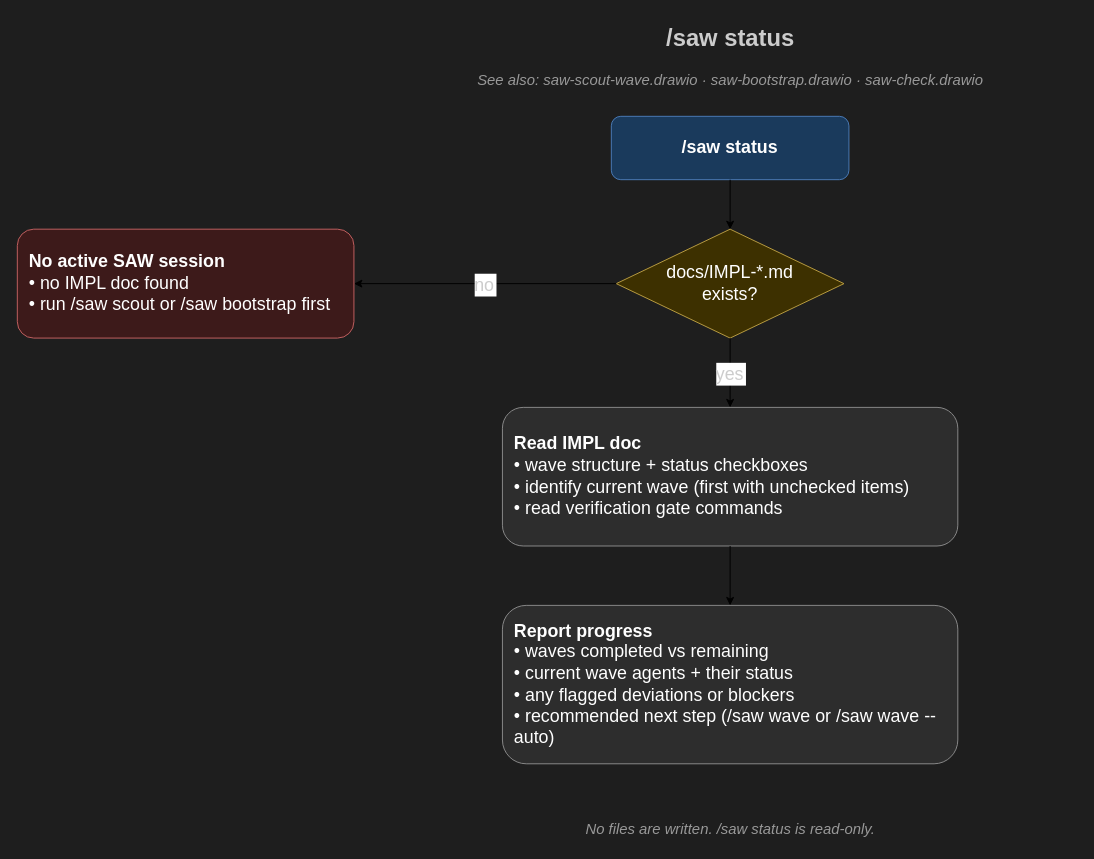
blackwell-systems/scout-and-wave keeps this draw.io diagram as docs/diagrams/saw-status-dark.drawio. Above is the earlier version. Source tidied: cells renumbered, new cells numbered last; positions are measured from the earlier drawing's top-left corner, leaving out a move shared by most shapes. Both pictures are drawn from the tidied source at 99%, with x=0, y=0 at pixel (17, 17).
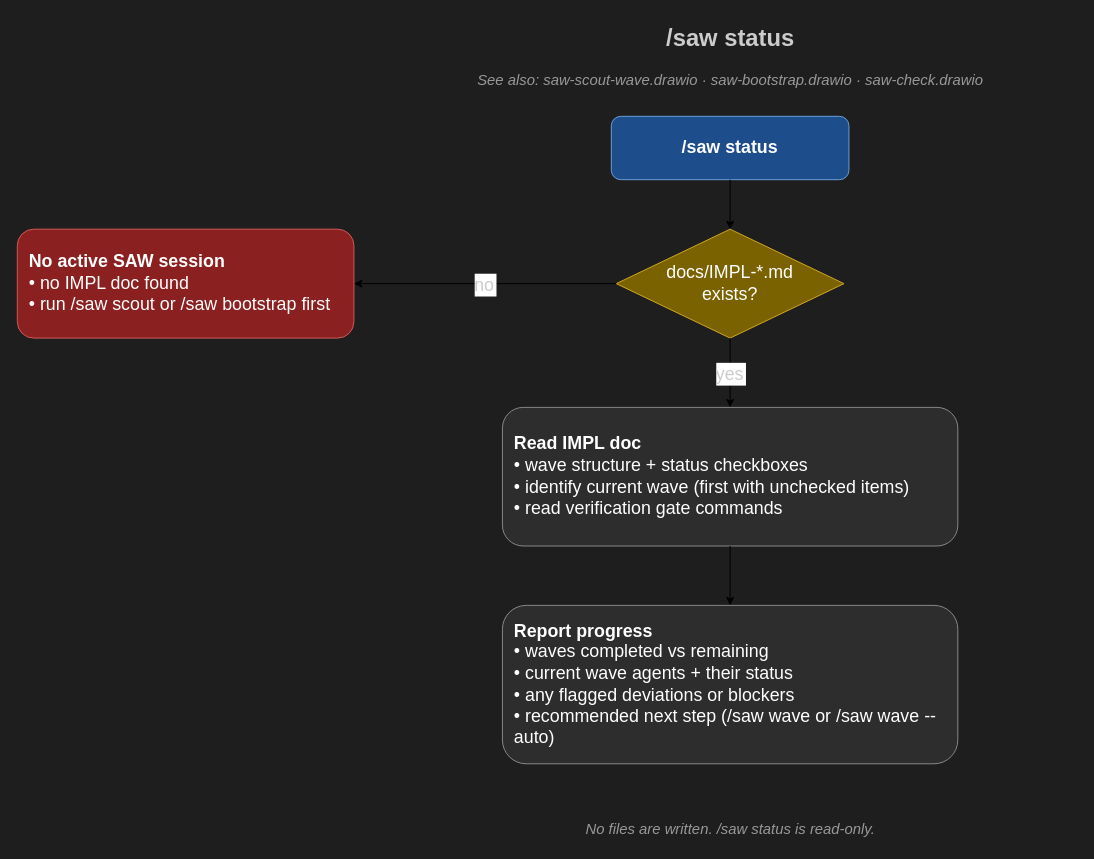
Above is the later version.

Diff of the diagram source:
```diff
@@
 <mxGraphModel background="#1e1e1e">
   <root>
     <mxCell id="0" />
     <mxCell id="1" parent="0" />
     <mxCell id="2" value="/saw status" style="text;html=1;align=center;fontStyle=1;fontSize=24;strokeColor=none;fillColor=none;fontColor=#cccccc;" parent="1" vertex="1">
       <mxGeometry x="570" width="300" height="40" as="geometry" />
     </mxCell>
     <mxCell id="3" value="See also: saw-scout-wave.drawio · saw-bootstrap.drawio · saw-check.drawio" style="text;html=1;align=center;fontSize=15;strokeColor=none;fillColor=none;fontColor=#999999;fontStyle=2;" parent="1" vertex="1">
       <mxGeometry x="370" y="48" width="700" height="30" as="geometry" />
     </mxCell>
-    <mxCell id="4" value="/saw status" style="rounded=1;whiteSpace=wrap;html=1;fillColor=#1a3a5c;strokeColor=#4a7ab5;fontStyle=1;fontSize=18;fontColor=#ffffff;" parent="1" vertex="1">
+    <mxCell id="4" value="/saw status" style="rounded=1;whiteSpace=wrap;html=1;fillColor=#1e4d8c;strokeColor=#6a9fd8;fontStyle=1;fontSize=18;fontColor=#ffffff;" parent="1" vertex="1">
       <mxGeometry x="600" y="100" width="240" height="64" as="geometry" />
     </mxCell>
-    <mxCell id="5" value="docs/IMPL-*.md&#10;exists?" style="rhombus;whiteSpace=wrap;html=1;fillColor=#3d3000;strokeColor=#b89b40;fontSize=18;fontColor=#ffffff;" parent="1" vertex="1">
+    <mxCell id="5" value="docs/IMPL-*.md&#10;exists?" style="rhombus;whiteSpace=wrap;html=1;fillColor=#7a6200;strokeColor=#d4a820;fontSize=18;fontColor=#ffffff;" parent="1" vertex="1">
       <mxGeometry x="605" y="214" width="230" height="110" as="geometry" />
     </mxCell>
     <mxCell id="6" style="edgeStyle=orthogonalEdgeStyle;fontSize=18;fontColor=#cccccc;" parent="1" edge="1" source="4" target="5">
       <mxGeometry relative="1" as="geometry" />
     </mxCell>
-    <mxCell id="7" value="&lt;b&gt;No active SAW session&lt;/b&gt;&lt;br&gt;• no IMPL doc found&lt;br&gt;• run /saw scout or /saw bootstrap first" style="rounded=1;whiteSpace=wrap;html=1;fillColor=#3d1a1a;strokeColor=#c06060;fontSize=18;align=left;spacingLeft=10;fontColor=#ffffff;" parent="1" vertex="1">
+    <mxCell id="7" value="&lt;b&gt;No active SAW session&lt;/b&gt;&lt;br&gt;• no IMPL doc found&lt;br&gt;• run /saw scout or /saw bootstrap first" style="rounded=1;whiteSpace=wrap;html=1;fillColor=#8b2020;strokeColor=#d45a5a;fontSize=18;align=left;spacingLeft=10;fontColor=#ffffff;" parent="1" vertex="1">
       <mxGeometry y="214" width="340" height="110" as="geometry" />
     </mxCell>
     <mxCell id="8" value="no" style="edgeStyle=orthogonalEdgeStyle;exitX=0;exitY=0.5;exitDx=0;exitDy=0;fontSize=18;fontColor=#cccccc;" parent="1" edge="1" source="5" target="7">
       <mxGeometry relative="1" as="geometry" />
     </mxCell>
     <mxCell id="9" value="&lt;b&gt;Read IMPL doc&lt;/b&gt;&lt;br&gt;• wave structure + status checkboxes&lt;br&gt;• identify current wave (first with unchecked items)&lt;br&gt;• read verification gate commands" style="rounded=1;whiteSpace=wrap;html=1;fontSize=18;align=left;spacingLeft=10;fillColor=#2d2d2d;strokeColor=#888888;fontColor=#ffffff;" parent="1" vertex="1">
       <mxGeometry x="490" y="394" width="460" height="140" as="geometry" />
     </mxCell>
     <mxCell id="10" value="yes" style="edgeStyle=orthogonalEdgeStyle;exitX=0.5;exitY=1;exitDx=0;exitDy=0;fontSize=18;fontColor=#cccccc;" parent="1" edge="1" source="5" target="9">
       <mxGeometry relative="1" as="geometry" />
     </mxCell>
     <mxCell id="11" value="&lt;b&gt;Report progress&lt;/b&gt;&lt;br&gt;• waves completed vs remaining&lt;br&gt;• current wave agents + their status&lt;br&gt;• any flagged deviations or blockers&lt;br&gt;• recommended next step (/saw wave or /saw wave --auto)" style="rounded=1;whiteSpace=wrap;html=1;fontSize=18;align=left;spacingLeft=10;fillColor=#2d2d2d;strokeColor=#888888;fontColor=#ffffff;" parent="1" vertex="1">
       <mxGeometry x="490" y="594" width="460" height="160" as="geometry" />
     </mxCell>
     <mxCell id="12" style="edgeStyle=orthogonalEdgeStyle;fontSize=18;fontColor=#cccccc;" parent="1" edge="1" source="9" target="11">
       <mxGeometry relative="1" as="geometry" />
     </mxCell>
     <mxCell id="13" value="No files are written. /saw status is read-only." style="text;html=1;align=center;fontSize=15;strokeColor=none;fillColor=none;fontColor=#999999;fontStyle=2;" parent="1" vertex="1">
       <mxGeometry x="470" y="804" width="500" height="30" as="geometry" />
     </mxCell>
   </root>
 </mxGraphModel>
```
